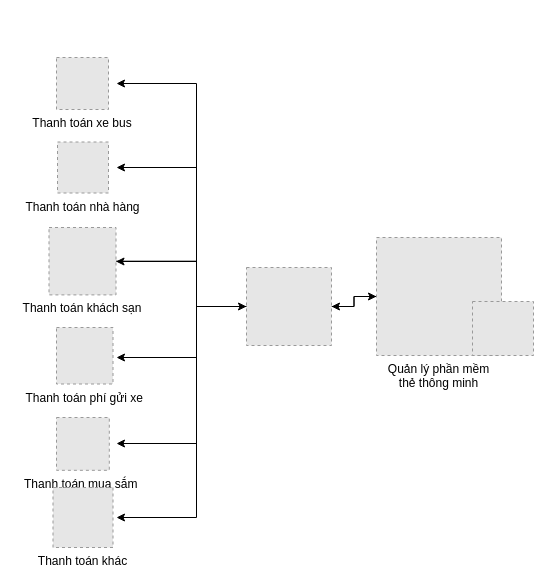
The draw.io diagram so-do-draw/smart_city_du_lich.drawio in letheanh12345/Draw-io, before the edit. Source tidied: cells renumbered, new cells numbered last; positions are measured from the earlier drawing's top-left corner, leaving out a move shared by most shapes. Both pictures are drawn from the tidied source at 100%, with x=0, y=0 at pixel (48, 57). Pictures stored in the file or linked from it are replaced by grey dashed boxes.
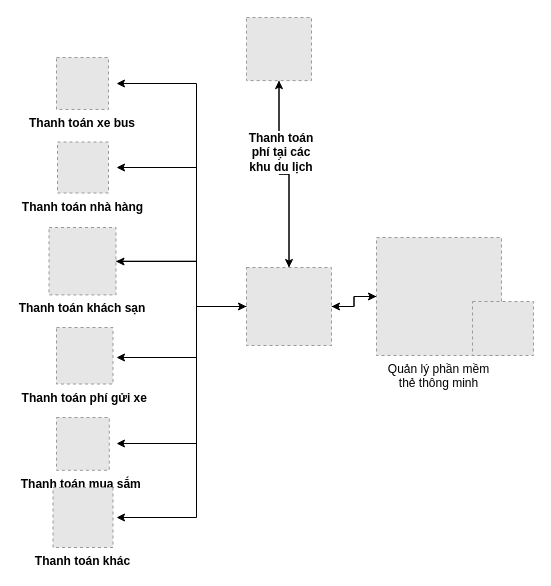
Above is the later version.

The change refers to these unchanged cells:
```xml
<mxCell id="12" style="fillColor=#E6E6E6;strokeColor=#999999;dashed=1;verticalLabelPosition=bottom;labelBackgroundColor=default;verticalAlign=top;" parent="1" vertex="1">
  <mxGeometry x="198" y="210" width="85" height="78" as="geometry" />
</mxCell>
```

Change to the diagram source:
```diff
@@
+    <mxCell id="20" style="edgeStyle=orthogonalEdgeStyle;rounded=0;jettySize=auto;html=1;entryX=0.5;entryY=1;entryDx=0;entryDy=0;" parent="1" edge="1" source="12" target="22">
+      <mxGeometry relative="1" as="geometry" />
+    </mxCell>
@@
-    <mxCell id="13" value="Thanh toán xe bus" style="fillColor=#E6E6E6;strokeColor=#999999;dashed=1;verticalLabelPosition=bottom;labelBackgroundColor=default;verticalAlign=top;" parent="1" vertex="1">
+    <mxCell id="13" value="Thanh toán xe bus" style="fillColor=#E6E6E6;strokeColor=#999999;dashed=1;verticalLabelPosition=bottom;labelBackgroundColor=default;verticalAlign=top;fontStyle=1;" parent="1" vertex="1">
       <mxGeometry x="8" width="52" height="52" as="geometry" />
     </mxCell>
-    <mxCell id="14" value="Thanh toán nhà hàng" style="fillColor=#E6E6E6;strokeColor=#999999;dashed=1;verticalLabelPosition=bottom;labelBackgroundColor=default;verticalAlign=top;" parent="1" vertex="1">
+    <mxCell id="14" value="Thanh toán nhà hàng" style="fillColor=#E6E6E6;strokeColor=#999999;dashed=1;verticalLabelPosition=bottom;labelBackgroundColor=default;verticalAlign=top;fontStyle=1;" parent="1" vertex="1">
       <mxGeometry x="9" y="84.5" width="51" height="51" as="geometry" />
     </mxCell>
@@
-    <mxCell id="16" value="Thanh toán khách sạn" style="fillColor=#E6E6E6;strokeColor=#999999;dashed=1;verticalLabelPosition=bottom;labelBackgroundColor=default;verticalAlign=top;" parent="1" vertex="1">
+    <mxCell id="16" value="Thanh toán khách sạn" style="fillColor=#E6E6E6;strokeColor=#999999;dashed=1;verticalLabelPosition=bottom;labelBackgroundColor=default;verticalAlign=top;fontStyle=1;" parent="1" vertex="1">
       <mxGeometry x="0.5" y="170" width="67" height="67.4" as="geometry" />
     </mxCell>
-    <mxCell id="17" value="Thanh toán phí gửi xe" style="fillColor=#E6E6E6;strokeColor=#999999;dashed=1;verticalLabelPosition=bottom;labelBackgroundColor=default;verticalAlign=top;" parent="1" vertex="1">
+    <mxCell id="17" value="Thanh toán phí gửi xe" style="fillColor=#E6E6E6;strokeColor=#999999;dashed=1;verticalLabelPosition=bottom;labelBackgroundColor=default;verticalAlign=top;fontStyle=1;" parent="1" vertex="1">
       <mxGeometry x="8" y="270" width="56.5" height="56.5" as="geometry" />
     </mxCell>
-    <mxCell id="18" value="Thanh toán mua sắm " style="fillColor=#E6E6E6;strokeColor=#999999;dashed=1;verticalLabelPosition=bottom;labelBackgroundColor=default;verticalAlign=top;" parent="1" vertex="1">
+    <mxCell id="18" value="Thanh toán mua sắm " style="fillColor=#E6E6E6;strokeColor=#999999;dashed=1;verticalLabelPosition=bottom;labelBackgroundColor=default;verticalAlign=top;fontStyle=1;" parent="1" vertex="1">
       <mxGeometry x="8" y="360" width="52.8" height="52.8" as="geometry" />
     </mxCell>
-    <mxCell id="19" value="Thanh toán khác" style="fillColor=#E6E6E6;strokeColor=#999999;dashed=1;verticalLabelPosition=bottom;labelBackgroundColor=default;verticalAlign=top;" parent="1" vertex="1">
+    <mxCell id="19" value="Thanh toán khác" style="fillColor=#E6E6E6;strokeColor=#999999;dashed=1;verticalLabelPosition=bottom;labelBackgroundColor=default;verticalAlign=top;fontStyle=1;" parent="1" vertex="1">
       <mxGeometry x="4.5" y="430" width="60" height="60" as="geometry" />
     </mxCell>
+    <mxCell id="21" style="edgeStyle=orthogonalEdgeStyle;rounded=0;jettySize=auto;html=1;exitX=0.5;exitY=1;exitDx=0;exitDy=0;entryX=0.5;entryY=0;entryDx=0;entryDy=0;" parent="1" edge="1" source="22" target="12">
+      <mxGeometry relative="1" as="geometry" />
+    </mxCell>
+    <mxCell id="22" style="fillColor=#E6E6E6;strokeColor=#999999;dashed=1;verticalLabelPosition=bottom;labelBackgroundColor=default;verticalAlign=top;" parent="1" vertex="1">
+      <mxGeometry x="198" y="-40" width="65" height="63.1" as="geometry" />
+    </mxCell>
+    <mxCell id="23" value="&lt;span style=&quot;background-color: rgb(255, 255, 255);&quot;&gt;&lt;b&gt;Thanh toán phí tại các khu du lịch&lt;/b&gt;&lt;/span&gt;" style="text;html=1;strokeColor=none;fillColor=none;align=center;verticalAlign=middle;whiteSpace=wrap;rounded=0;" parent="1" vertex="1">
+      <mxGeometry x="198" y="80" width="70" height="30" as="geometry" />
+    </mxCell>
```
